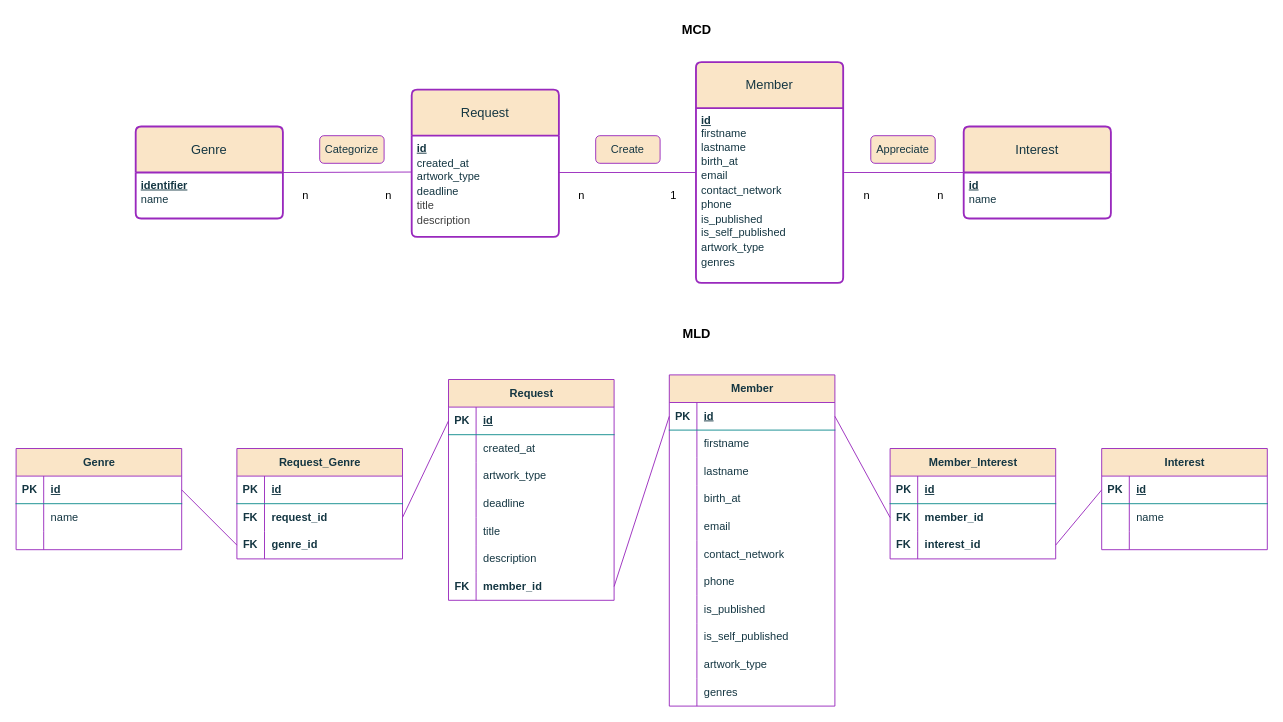
adevoitinne/Correcteur-Au-Teur keeps this draw.io diagram as MCD-MLD.drawio. Above is the earlier version. Source tidied: cells renumbered, new cells numbered last; positions are measured from the earlier drawing's top-left corner, leaving out a move shared by most shapes. Both pictures are drawn from the tidied source at 92%, with x=0, y=0 at pixel (16, 16).
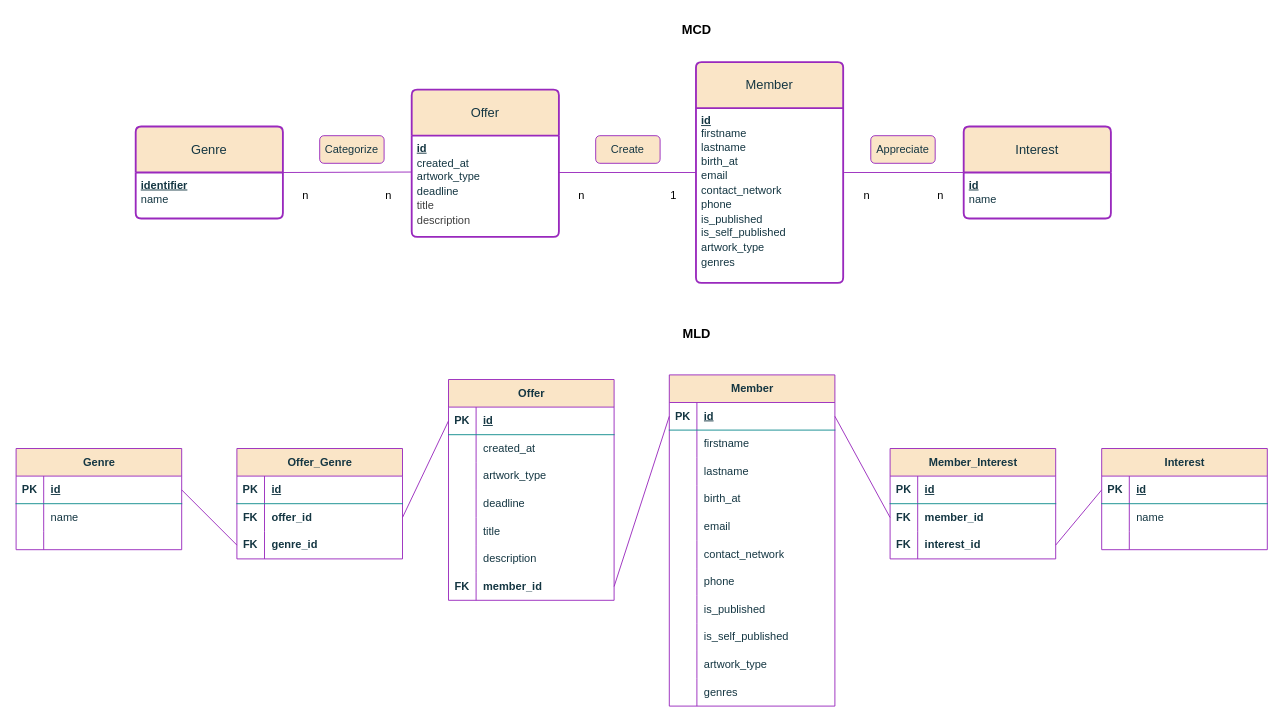
Above is the later version.

The change refers to these unchanged cells:
```xml
<mxCell id="99" style="shape=tableRow;horizontal=0;startSize=0;swimlaneHead=0;swimlaneBody=0;fillColor=none;points=[[0,0.5],[1,0.5]];portConstraint=eastwest;top=0;left=0;right=0;bottom=0;strokeColor=#0F8B8D;fontColor=#143642;" parent="95" vertex="1">
  <mxGeometry y="60" width="180" height="30" as="geometry" />
</mxCell>
```

The edit, as a diff of the source:
```diff
@@
-    <mxCell id="6" value="Request" style="swimlane;horizontal=1;startSize=50;rounded=1;fontSize=14;fontStyle=0;strokeWidth=2;shadow=0;dashed=0;align=center;arcSize=4;whiteSpace=wrap;html=1;labelBackgroundColor=none;fillColor=#FAE5C7;strokeColor=light-dark(#9929BD,#39A3A5);fontColor=#143642;" parent="1" vertex="1">
+    <mxCell id="6" value="Offer" style="swimlane;horizontal=1;startSize=50;rounded=1;fontSize=14;fontStyle=0;strokeWidth=2;shadow=0;dashed=0;align=center;arcSize=4;whiteSpace=wrap;html=1;labelBackgroundColor=none;fillColor=#FAE5C7;strokeColor=light-dark(#9929BD,#39A3A5);fontColor=#143642;" parent="1" vertex="1">
       <mxGeometry x="430" y="80" width="160" height="160" as="geometry" />
     </mxCell>
@@
-    <mxCell id="47" value="Request" style="shape=table;startSize=30;childLayout=tableLayout;rowLines=0;fontStyle=1;align=center;html=1;strokeColor=#9929BD;fontColor=#143642;fillColor=#FAE5C7;" parent="1" vertex="1">
+    <mxCell id="47" value="Offer" style="shape=table;startSize=30;childLayout=tableLayout;rowLines=0;fontStyle=1;align=center;html=1;strokeColor=#9929BD;fontColor=#143642;fillColor=#FAE5C7;" parent="1" vertex="1">
       <mxGeometry x="470" y="395" width="180" height="240" as="geometry" />
     </mxCell>
@@
-    <mxCell id="95" value="Request_&lt;span style=&quot;color: rgb(20, 54, 66);&quot;&gt;Genre&lt;/span&gt;" style="shape=table;startSize=30;childLayout=tableLayout;rowLines=0;fontStyle=1;align=center;html=1;strokeColor=#9929BD;fontColor=#143642;fillColor=#FAE5C7;" parent="1" vertex="1">
+    <mxCell id="95" value="Offer_&lt;span style=&quot;color: rgb(20, 54, 66);&quot;&gt;Genre&lt;/span&gt;" style="shape=table;startSize=30;childLayout=tableLayout;rowLines=0;fontStyle=1;align=center;html=1;strokeColor=#9929BD;fontColor=#143642;fillColor=#FAE5C7;" parent="1" vertex="1">
       <mxGeometry x="240" y="470" width="180" height="120" as="geometry" />
     </mxCell>
@@
-    <mxCell id="101" value="&lt;b&gt;request_id&lt;/b&gt;" style="shape=partialRectangle;fillColor=none;top=0;left=0;bottom=0;right=0;align=left;spacingLeft=6;overflow=hidden;whiteSpace=wrap;html=1;strokeColor=light-dark(#7b219f, #39a3a5);fontColor=#143642;" parent="99" vertex="1">
+    <mxCell id="101" value="&lt;b&gt;offer_id&lt;/b&gt;" style="shape=partialRectangle;fillColor=none;top=0;left=0;bottom=0;right=0;align=left;spacingLeft=6;overflow=hidden;whiteSpace=wrap;html=1;strokeColor=light-dark(#7b219f, #39a3a5);fontColor=#143642;" parent="99" vertex="1">
       <mxGeometry x="30" width="150" height="30" as="geometry" />
     </mxCell>
```
